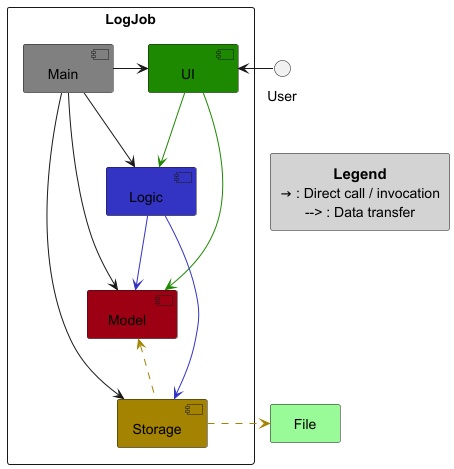
The PlantUML diagram docs/diagrams/architecture-diagrams/ArchitectureDiagram.png in irfandeen/tp, before a commit.
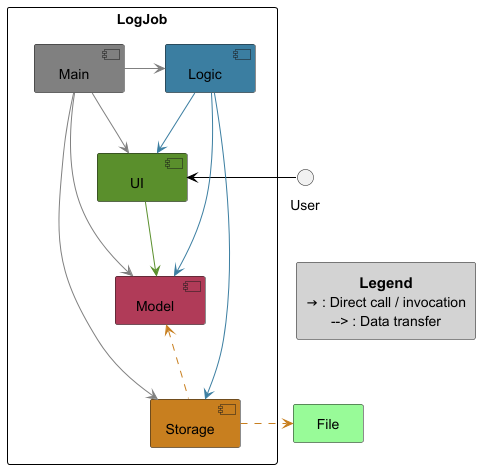
After the commit.

What changed in the source:
```diff
@@ -13,13 +13,13 @@
 
 rectangle "File" as File #palegreen
 
-User -left-> UI
-Main -> UI
-Main --> Logic
-Main --> Model
-Main --> Storage
-UI -[UI_COLOR]-> Logic
+User -left[#black]> UI
+Main -[#grey]> UI
+Main -[#grey]> Logic
+Main --[#grey]> Model
+Main --[#grey]> Storage
 UI -[UI_COLOR]-> Model
+Logic -[LOGIC_COLOR]-> UI
 Logic -[LOGIC_COLOR]-> Storage
 Logic -[LOGIC_COLOR]-> Model
 Storage -up[STORAGE_COLOR].> Model
```
